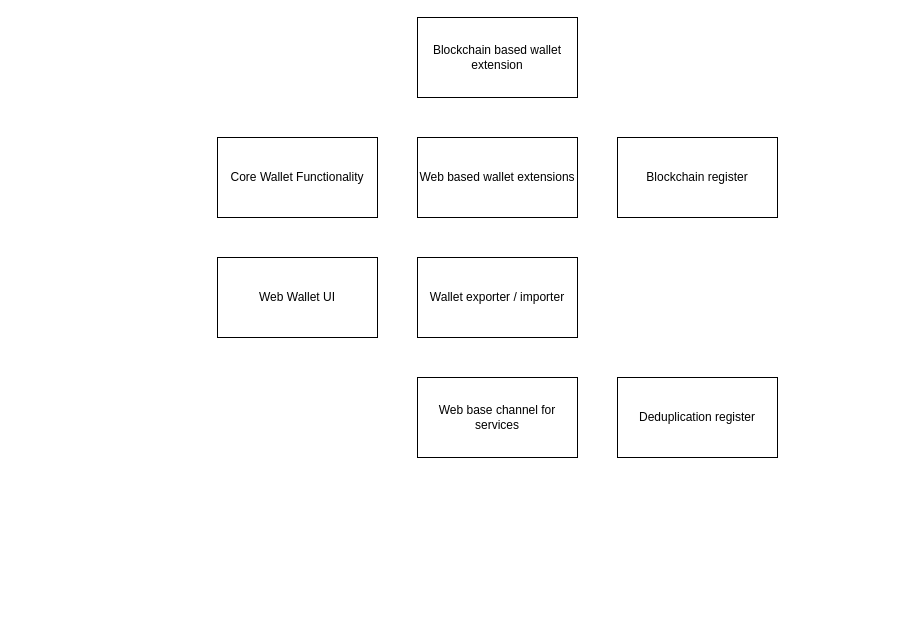
owlmeans/regov-ssi-mono keeps this draw.io diagram as page "General Architecture" (3 of 4) of docs/MetaID Wallet.drawio. Above is the earlier version. Source tidied: cells renumbered, new cells numbered last; positions are measured from the earlier drawing's top-left corner, leaving out a move shared by most shapes. Both pictures are drawn from the tidied source at 100%, with x=0, y=0 at pixel (217, 17).
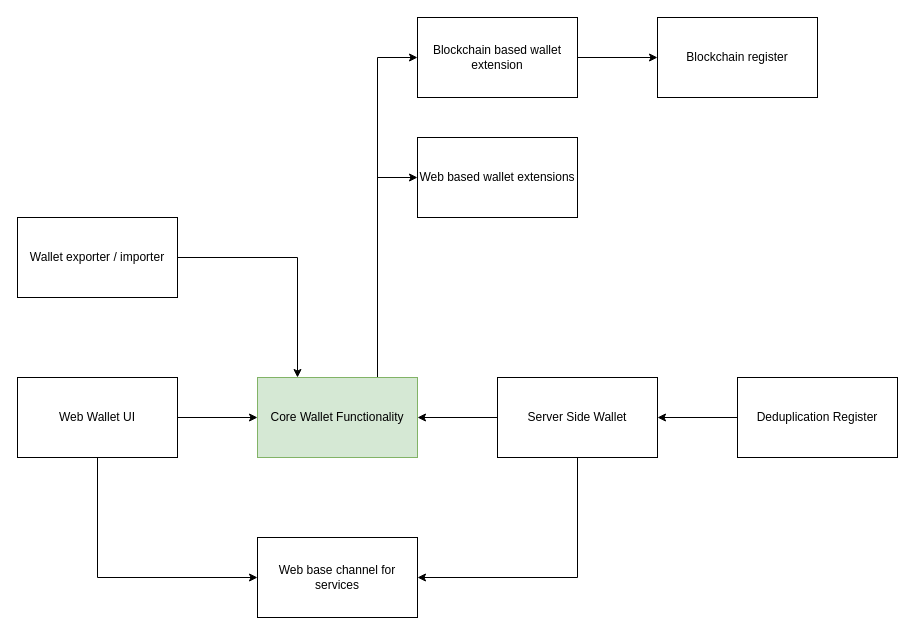
Above is the later version.

Diff of the diagram source:
```diff
@@
 <mxGraphModel>
   <root>
     <mxCell id="0" />
     <mxCell id="1" parent="0" />
+    <mxCell id="10" style="edgeStyle=orthogonalEdgeStyle;rounded=0;jettySize=auto;html=1;exitX=0.75;exitY=0;exitDx=0;exitDy=0;entryX=0;entryY=0.5;entryDx=0;entryDy=0;" parent="1" edge="1" source="2" target="4">
+      <mxGeometry relative="1" as="geometry" />
+    </mxCell>
+    <mxCell id="11" style="edgeStyle=orthogonalEdgeStyle;rounded=0;jettySize=auto;html=1;exitX=0.75;exitY=0;exitDx=0;exitDy=0;entryX=0;entryY=0.5;entryDx=0;entryDy=0;" parent="1" edge="1" source="2" target="3">
+      <mxGeometry relative="1" as="geometry" />
+    </mxCell>
-    <mxCell id="2" value="Core Wallet Functionality" style="rounded=0;whiteSpace=wrap;html=1;" parent="1" vertex="1">
-      <mxGeometry y="120" width="160" height="80" as="geometry" />
+    <mxCell id="2" value="Core Wallet Functionality" style="rounded=0;whiteSpace=wrap;html=1;fillColor=#d5e8d4;strokeColor=#82b366;" parent="1" vertex="1">
+      <mxGeometry x="40" y="360" width="160" height="80" as="geometry" />
     </mxCell>
+    <mxCell id="12" style="edgeStyle=orthogonalEdgeStyle;rounded=0;jettySize=auto;html=1;exitX=1;exitY=0.5;exitDx=0;exitDy=0;" parent="1" edge="1" source="3" target="5">
+      <mxGeometry relative="1" as="geometry" />
+    </mxCell>
     <mxCell id="3" value="Blockchain based wallet extension" style="rounded=0;whiteSpace=wrap;html=1;" parent="1" vertex="1">
       <mxGeometry x="200" width="160" height="80" as="geometry" />
     </mxCell>
     <mxCell id="4" value="Web based wallet extensions" style="rounded=0;whiteSpace=wrap;html=1;" parent="1" vertex="1">
       <mxGeometry x="200" y="120" width="160" height="80" as="geometry" />
     </mxCell>
     <mxCell id="5" value="Blockchain register" style="rounded=0;whiteSpace=wrap;html=1;" parent="1" vertex="1">
-      <mxGeometry x="400" y="120" width="160" height="80" as="geometry" />
+      <mxGeometry x="440" width="160" height="80" as="geometry" />
     </mxCell>
+    <mxCell id="13" style="edgeStyle=orthogonalEdgeStyle;rounded=0;jettySize=auto;html=1;exitX=1;exitY=0.5;exitDx=0;exitDy=0;entryX=0.25;entryY=0;entryDx=0;entryDy=0;" parent="1" edge="1" source="6" target="2">
+      <mxGeometry relative="1" as="geometry" />
+    </mxCell>
     <mxCell id="6" value="Wallet exporter / importer" style="rounded=0;whiteSpace=wrap;html=1;" parent="1" vertex="1">
-      <mxGeometry x="200" y="240" width="160" height="80" as="geometry" />
+      <mxGeometry x="-200" y="200" width="160" height="80" as="geometry" />
     </mxCell>
     <mxCell id="7" value="Web base channel for services" style="rounded=0;whiteSpace=wrap;html=1;" parent="1" vertex="1">
-      <mxGeometry x="200" y="360" width="160" height="80" as="geometry" />
+      <mxGeometry x="40" y="520" width="160" height="80" as="geometry" />
     </mxCell>
-    <mxCell id="8" value="Deduplication register" style="rounded=0;whiteSpace=wrap;html=1;" parent="1" vertex="1">
-      <mxGeometry x="400" y="360" width="160" height="80" as="geometry" />
-    </mxCell>
+    <mxCell id="14" style="edgeStyle=none;rounded=0;jettySize=auto;html=1;" parent="1" edge="1" source="18" target="2">
+      <mxGeometry relative="1" as="geometry" />
+    </mxCell>
+    <mxCell id="15" style="edgeStyle=none;rounded=0;jettySize=auto;html=1;exitX=1;exitY=0.5;exitDx=0;exitDy=0;" parent="1" edge="1" source="9" target="2">
+      <mxGeometry relative="1" as="geometry" />
+    </mxCell>
+    <mxCell id="16" style="edgeStyle=orthogonalEdgeStyle;rounded=0;jettySize=auto;html=1;exitX=0.5;exitY=1;exitDx=0;exitDy=0;entryX=0;entryY=0.5;entryDx=0;entryDy=0;" parent="1" edge="1" source="9" target="7">
+      <mxGeometry relative="1" as="geometry" />
+    </mxCell>
     <mxCell id="9" value="Web Wallet UI" style="rounded=0;whiteSpace=wrap;html=1;" parent="1" vertex="1">
-      <mxGeometry y="240" width="160" height="80" as="geometry" />
+      <mxGeometry x="-200" y="360" width="160" height="80" as="geometry" />
     </mxCell>
+    <mxCell id="17" style="edgeStyle=orthogonalEdgeStyle;rounded=0;jettySize=auto;html=1;exitX=0.5;exitY=1;exitDx=0;exitDy=0;entryX=1;entryY=0.5;entryDx=0;entryDy=0;" parent="1" edge="1" source="18" target="7">
+      <mxGeometry relative="1" as="geometry" />
+    </mxCell>
+    <mxCell id="18" value="Server Side Wallet" style="rounded=0;whiteSpace=wrap;html=1;" parent="1" vertex="1">
+      <mxGeometry x="280" y="360" width="160" height="80" as="geometry" />
+    </mxCell>
+    <mxCell id="19" style="edgeStyle=none;rounded=0;jettySize=auto;html=1;exitX=0;exitY=0.5;exitDx=0;exitDy=0;" parent="1" edge="1" source="20" target="18">
+      <mxGeometry relative="1" as="geometry" />
+    </mxCell>
+    <mxCell id="20" value="Deduplication Register" style="rounded=0;whiteSpace=wrap;html=1;" parent="1" vertex="1">
+      <mxGeometry x="520" y="360" width="160" height="80" as="geometry" />
+    </mxCell>
   </root>
 </mxGraphModel>
```
